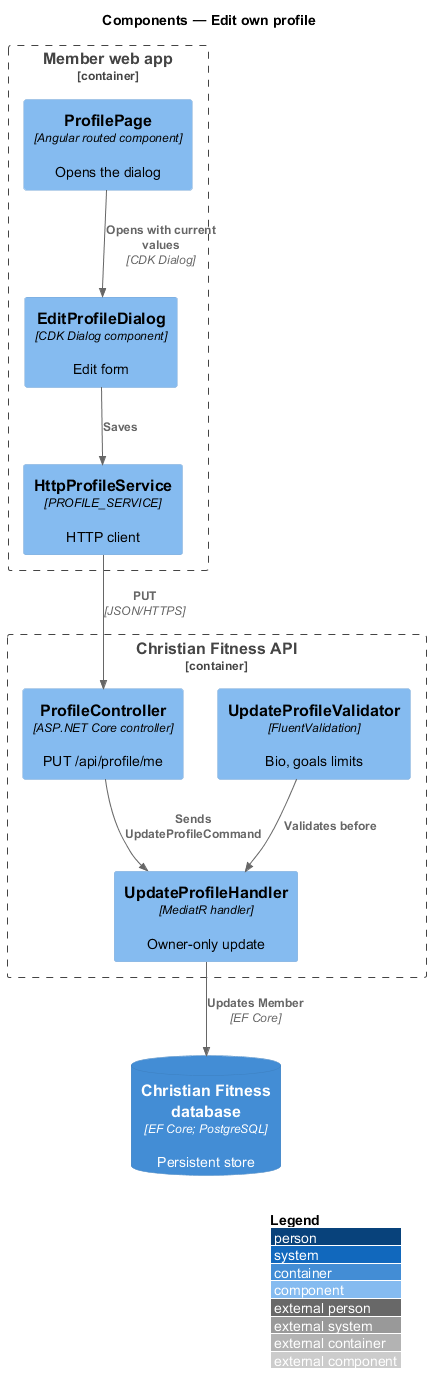
The PlantUML diagram docs/detailed-designs/member-profile/edit-profile/diagrams/c4-component.png in QuinntyneBrown/christian-fitness, before a commit.
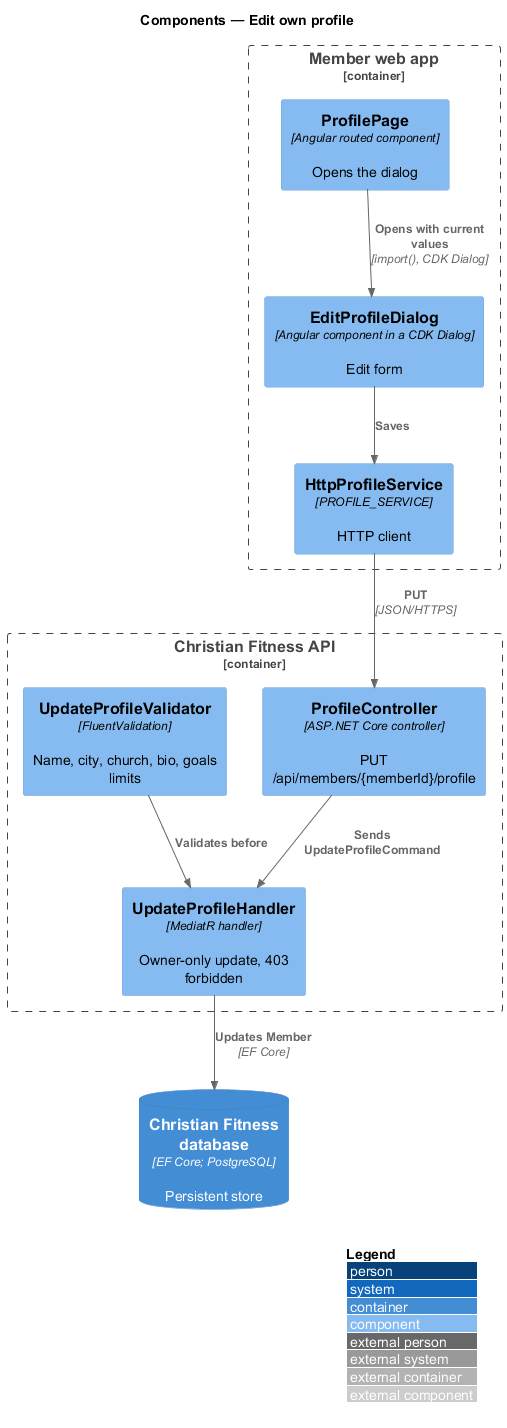
Later version of the same file.

Diff of the diagram source:
```diff
@@ -5,17 +5,17 @@
 
 Container_Boundary(web, "Member web app") {
   Component(page, "ProfilePage", "Angular routed component", "Opens the dialog")
-  Component(dlg, "EditProfileDialog", "CDK Dialog component", "Edit form")
+  Component(dlg, "EditProfileDialog", "Angular component in a CDK Dialog", "Edit form")
   Component(svc, "HttpProfileService", "PROFILE_SERVICE", "HTTP client")
 }
 Container_Boundary(api, "Christian Fitness API") {
-  Component(ctrl, "ProfileController", "ASP.NET Core controller", "PUT /api/profile/me")
-  Component(v, "UpdateProfileValidator", "FluentValidation", "Bio, goals limits")
-  Component(h, "UpdateProfileHandler", "MediatR handler", "Owner-only update")
+  Component(ctrl, "ProfileController", "ASP.NET Core controller", "PUT /api/members/{memberId}/profile")
+  Component(v, "UpdateProfileValidator", "FluentValidation", "Name, city, church, bio, goals limits")
+  Component(h, "UpdateProfileHandler", "MediatR handler", "Owner-only update, 403 forbidden")
 }
 ContainerDb(db, "Christian Fitness database", "EF Core; PostgreSQL", "Persistent store")
 
-Rel(page, dlg, "Opens with current values", "CDK Dialog")
+Rel(page, dlg, "Opens with current values", "import(), CDK Dialog")
 Rel(dlg, svc, "Saves")
 Rel(svc, ctrl, "PUT", "JSON/HTTPS")
 Rel(ctrl, h, "Sends UpdateProfileCommand")
```
